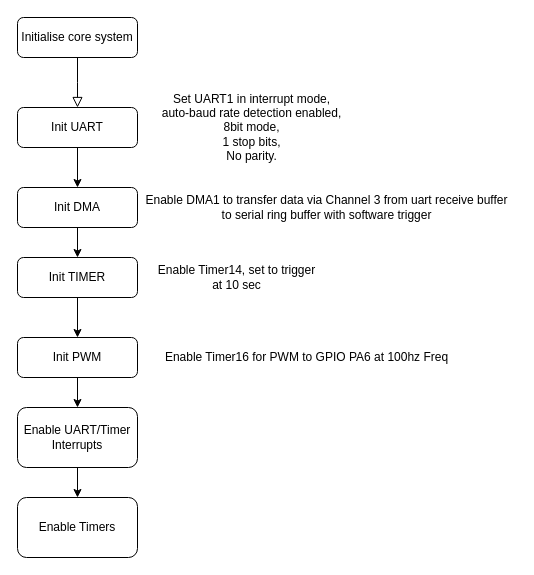
Before: page "Init" (1 of 6) of Documentation/STM32Flowchart.drawio in nagars/CPDM-IISc, a draw.io diagram. Source tidied: cells renumbered, new cells numbered last; positions are measured from the earlier drawing's top-left corner, leaving out a move shared by most shapes. Both pictures are drawn from the tidied source at 100%, with x=0, y=0 at pixel (17, 17).
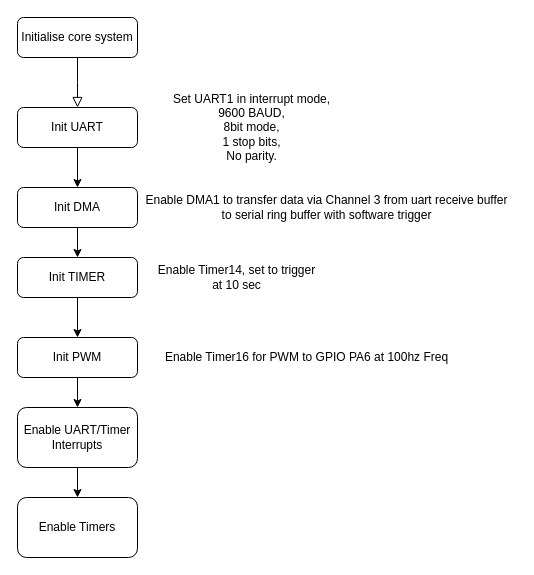
The same page after the edit.

Commit message (it also covers changes not shown here):
Added new flowchart for python PC serial port. Added links to resources in readme.

Diff of the diagram source:
```diff
@@
 <mxGraphModel>
   <root>
     <mxCell id="0" />
     <mxCell id="1" parent="0" />
     <mxCell id="2" style="rounded=0;html=1;jettySize=auto;fontSize=11;endArrow=block;endFill=0;endSize=8;strokeWidth=1;shadow=0;labelBackgroundColor=none;edgeStyle=orthogonalEdgeStyle;" parent="1" edge="1" source="3">
       <mxGeometry relative="1" as="geometry">
         <mxPoint x="60" y="90" as="targetPoint" />
       </mxGeometry>
     </mxCell>
     <mxCell id="3" value="Initialise core system" style="rounded=1;whiteSpace=wrap;html=1;fontSize=12;glass=0;strokeWidth=1;shadow=0;" parent="1" vertex="1">
       <mxGeometry width="120" height="40" as="geometry" />
     </mxCell>
     <mxCell id="4" style="edgeStyle=orthogonalEdgeStyle;rounded=0;jettySize=auto;html=1;" parent="1" edge="1" source="5" target="9">
       <mxGeometry relative="1" as="geometry" />
     </mxCell>
     <mxCell id="5" value="Init UART" style="rounded=1;whiteSpace=wrap;html=1;fontSize=12;glass=0;strokeWidth=1;shadow=0;" parent="1" vertex="1">
       <mxGeometry y="90" width="120" height="40" as="geometry" />
     </mxCell>
     <mxCell id="6" style="edgeStyle=orthogonalEdgeStyle;rounded=0;jettySize=auto;html=1;" parent="1" edge="1" source="7" target="17">
       <mxGeometry relative="1" as="geometry" />
     </mxCell>
     <mxCell id="7" value="Init PWM" style="rounded=1;whiteSpace=wrap;html=1;fontSize=12;glass=0;strokeWidth=1;shadow=0;" parent="1" vertex="1">
       <mxGeometry y="320" width="120" height="40" as="geometry" />
     </mxCell>
     <mxCell id="8" style="edgeStyle=orthogonalEdgeStyle;rounded=0;jettySize=auto;html=1;" parent="1" edge="1" source="9" target="13">
       <mxGeometry relative="1" as="geometry" />
     </mxCell>
     <mxCell id="9" value="Init DMA" style="rounded=1;whiteSpace=wrap;html=1;fontSize=12;glass=0;strokeWidth=1;shadow=0;" parent="1" vertex="1">
       <mxGeometry y="170" width="120" height="40" as="geometry" />
     </mxCell>
-    <mxCell id="10" value="Set UART1 in interrupt mode, &lt;br&gt;auto-baud rate detection enabled,&lt;br&gt;8bit mode,&lt;br&gt;1 stop bits,&lt;br&gt;No parity." style="text;html=1;align=center;verticalAlign=middle;" parent="1" vertex="1">
-      <mxGeometry x="139" y="70" width="190" height="80" as="geometry" />
+    <mxCell id="10" value="Set UART1 in interrupt mode, &lt;br&gt;9600 BAUD,&lt;br&gt;8bit mode,&lt;br&gt;1 stop bits,&lt;br&gt;No parity." style="text;html=1;align=center;verticalAlign=middle;" parent="1" vertex="1">
+      <mxGeometry x="149" y="70" width="170" height="80" as="geometry" />
     </mxCell>
     <mxCell id="11" value="Enable DMA1 to transfer data via Channel 3 from uart receive buffer&lt;br&gt;to serial ring buffer with software trigger" style="text;html=1;align=center;verticalAlign=middle;" parent="1" vertex="1">
       <mxGeometry x="119" y="175" width="380" height="30" as="geometry" />
     </mxCell>
     <mxCell id="12" style="edgeStyle=orthogonalEdgeStyle;rounded=0;jettySize=auto;html=1;" parent="1" edge="1" source="13" target="7">
       <mxGeometry relative="1" as="geometry" />
     </mxCell>
     <mxCell id="13" value="Init TIMER" style="rounded=1;whiteSpace=wrap;html=1;fontSize=12;glass=0;strokeWidth=1;shadow=0;" parent="1" vertex="1">
       <mxGeometry y="240" width="120" height="40" as="geometry" />
     </mxCell>
     <mxCell id="14" value="Enable Timer14, set to trigger &lt;br&gt;at 10 sec" style="text;html=1;align=center;verticalAlign=middle;" parent="1" vertex="1">
       <mxGeometry x="134" y="245" width="170" height="30" as="geometry" />
     </mxCell>
     <mxCell id="15" value="Enable Timer16 for PWM to GPIO PA6 at 100hz Freq" style="text;html=1;align=center;verticalAlign=middle;" parent="1" vertex="1">
       <mxGeometry x="139" y="330" width="300" height="20" as="geometry" />
     </mxCell>
     <mxCell id="16" style="edgeStyle=orthogonalEdgeStyle;rounded=0;jettySize=auto;html=1;" parent="1" edge="1" source="17" target="18">
       <mxGeometry relative="1" as="geometry" />
     </mxCell>
     <mxCell id="17" value="Enable UART/Timer Interrupts" style="whiteSpace=wrap;html=1;rounded=1;shadow=0;strokeWidth=1;glass=0;" parent="1" vertex="1">
       <mxGeometry y="390" width="120" height="60" as="geometry" />
     </mxCell>
     <mxCell id="18" value="Enable Timers" style="whiteSpace=wrap;html=1;rounded=1;shadow=0;strokeWidth=1;glass=0;" parent="1" vertex="1">
       <mxGeometry y="480" width="120" height="60" as="geometry" />
     </mxCell>
   </root>
 </mxGraphModel>
```
